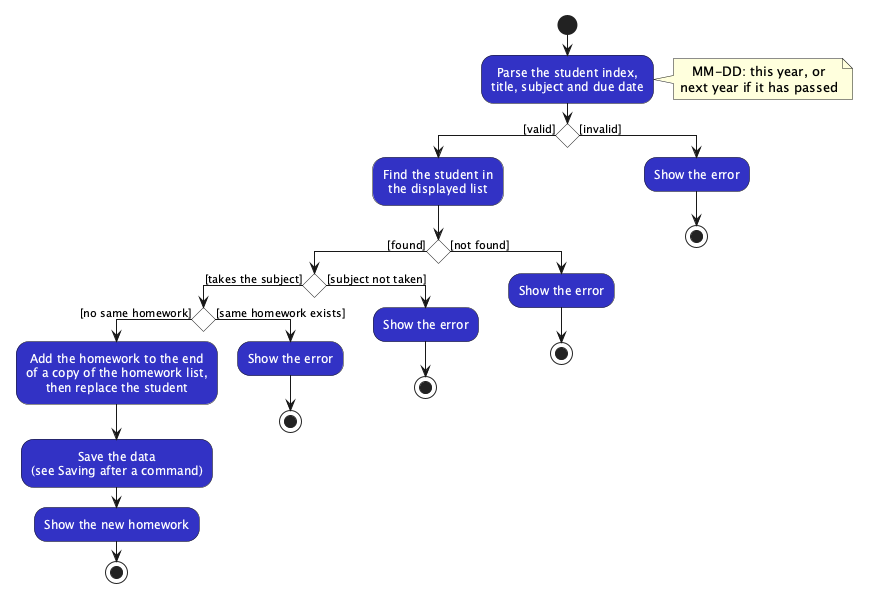
Above: docs/images/HomeworkAddActivityDiagram.png in Alexc09/tp (PlantUML), before the change.
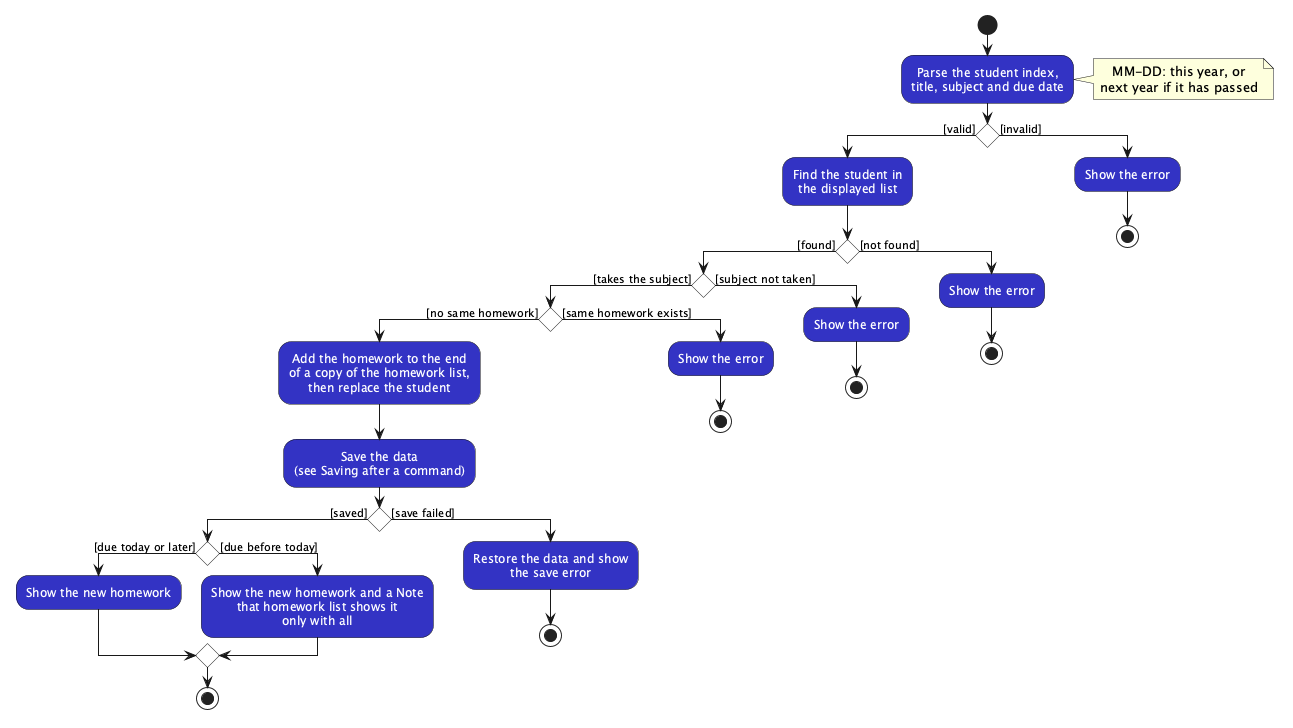
After the commit.

Commit message:
DG: Show save failure and past-due note in add

The homework add activity diagram ends every successful path with
"Show the new homework". It leaves out two outcomes a tester can
see: a failed save, which restores the data and shows an error, and
a due date before today, which adds a Note to the result.

Let's add both branches after "Save the data".

The edit, as a diff of the source:
```diff
@@ -24,8 +24,20 @@
         then replace the student;
         :Save the data
         (see Saving after a command);
-        :Show the new homework;
-        stop
+        if () then ([saved])
+          if () then ([due today or later])
+            :Show the new homework;
+          else ([due before today])
+            :Show the new homework and a Note
+            that homework list shows it
+            only with all;
+          endif
+          stop
+        else ([save failed])
+          :Restore the data and show
+          the save error;
+          stop
+        endif
       else ([same homework exists])
         :Show the error;
         stop
```
